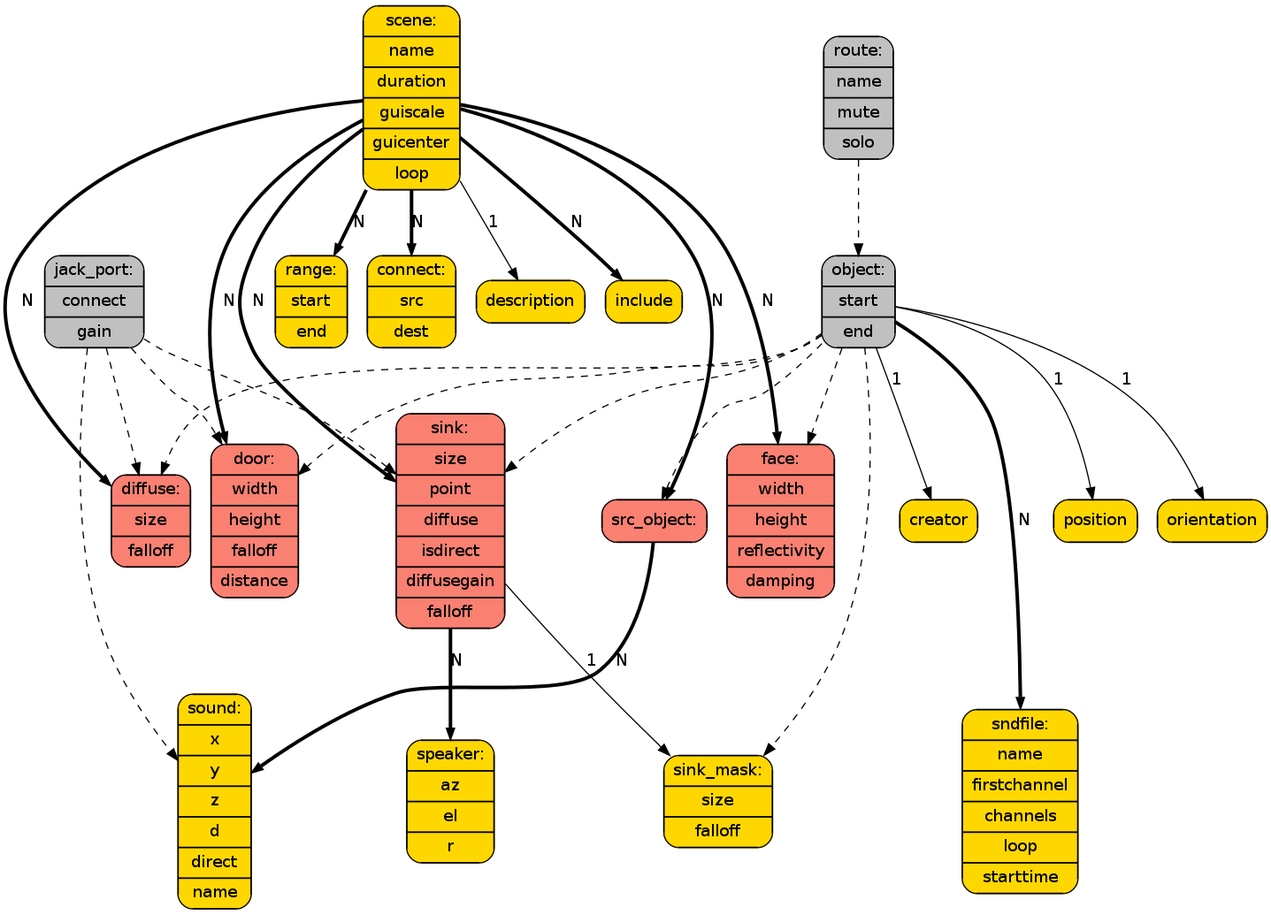
HoerTech-gGmbH/tascar keeps this Graphviz diagram as doc/filestructure.png. Above is the earlier version. Its source is kept beside it as doc/filestructure.dot. Its diagram source:
```dot
digraph ap {
  node [
	shape = "Mrecord",
	style = "filled",
	fillcolor = "gold"
	];

  edge [ penwidth = "1", style="dashed" ];

  {
    rank = "min";
    scene;
  }

  scene [label="{scene:|name|duration|guiscale|guicenter|loop}"];

  route [label="{route:|name|mute|solo}",fillcolor="gray"];
  object [label="{object:|start|end}",fillcolor="gray"];
  jack_port [label="{jack_port:|connect|gain}",fillcolor="gray"];

  src_diffuse [label="{diffuse:|size|falloff}",fillcolor="salmon"];
  src_door [label="{door:|width|height|falloff|distance}",fillcolor="salmon"];
  src_object [label="{src_object:}",fillcolor="salmon"];
  sink_object [label="{sink:|size|point|diffuse|isdirect|diffusegain|falloff}",fillcolor="salmon"];
  face [label="{face:|width|height|reflectivity|damping}",fillcolor="salmon"];

  sink_mask [label="{sink_mask:|size|falloff}"];
  speaker [label="{speaker:|az|el|r}"];
  sndfile [label="{sndfile:|name|firstchannel|channels|loop|starttime}"];
  sound [label="{sound:|x|y|z|d|direct|name}"];

  range [label="{range:|start|end}"];
  connect [label="{connect:|src|dest}"];

  {
    rank = "same";
    src_diffuse;
    src_door;
    src_object;
    sink_object;
    face;
  }

  {
    rank = "same";
    sink_mask;
    speaker;
    sndfile;
    sound;
  }

  /*
   * Inheritance:
   */
  route -> object;
  object -> src_object;
  object -> src_diffuse;
  object -> src_door;
  object -> sink_mask;
  object -> sink_object;
  object -> face;
  jack_port -> src_diffuse;
  jack_port -> src_door;
  jack_port -> sound;
  jack_port -> sink_object;

  /*
   * Sub-nodes:
   */
  src_object -> sound [style="solid",label="N",penwidth="3"];
  sink_object -> speaker [style="solid",label="N",penwidth="3"];
  sink_object -> sink_mask [style="solid",label="1",penwidth="1"];
  scene -> description [style="solid",label="1",penwidth="1"];
  scene -> src_object [style="solid",label="N",penwidth="3"];
  scene -> src_door [style="solid",label="N",penwidth="3"];
  scene -> src_diffuse [style="solid",label="N",penwidth="3"];
  scene -> sink_object [style="solid",label="N",penwidth="3"];
  scene -> face [style="solid",label="N",penwidth="3"];
  scene -> range [style="solid",label="N",penwidth="3"];
  scene -> connect [style="solid",label="N",penwidth="3"];
  scene -> include [style="solid",label="N",penwidth="3"];
  object -> position [style="solid",label="1",penwidth="1"];
  object -> orientation [style="solid",label="1",penwidth="1"];
  object -> creator [style="solid",label="1",penwidth="1"];
  object -> sndfile [style="solid",label="N",penwidth="3"];

}

/*
 * Local Variables:
 * mode: c
 * c-basic-offset: 2
 * End:
 */
```
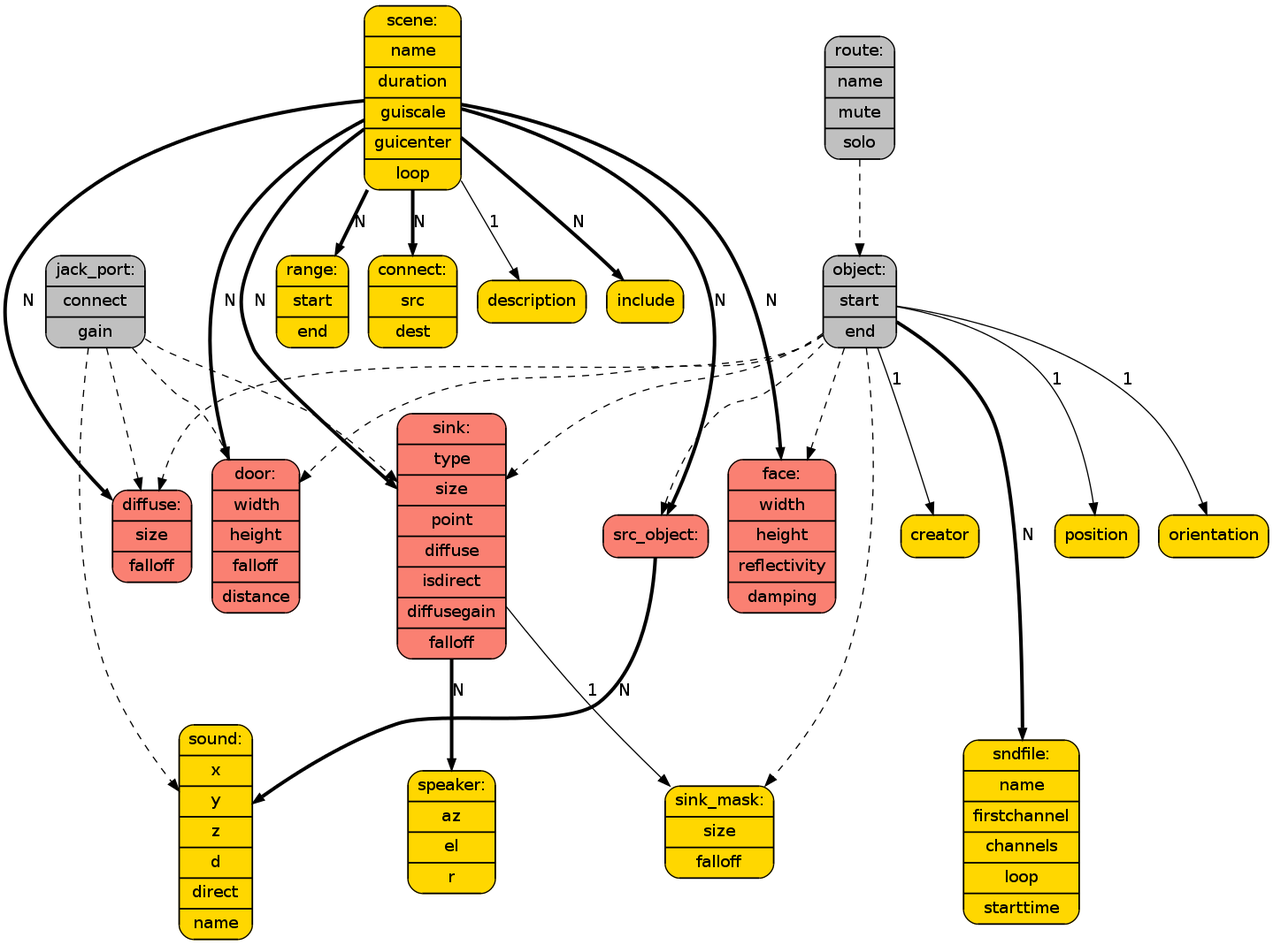
Later version of the same file.

Diff of the diagram source:
```diff
@@ -21,7 +21,7 @@
   src_diffuse [label="{diffuse:|size|falloff}",fillcolor="salmon"];
   src_door [label="{door:|width|height|falloff|distance}",fillcolor="salmon"];
   src_object [label="{src_object:}",fillcolor="salmon"];
-  sink_object [label="{sink:|size|point|diffuse|isdirect|diffusegain|falloff}",fillcolor="salmon"];
+  sink_object [label="{sink:|type|size|point|diffuse|isdirect|diffusegain|falloff}",fillcolor="salmon"];
   face [label="{face:|width|height|reflectivity|damping}",fillcolor="salmon"];
 
   sink_mask [label="{sink_mask:|size|falloff}"];
```
